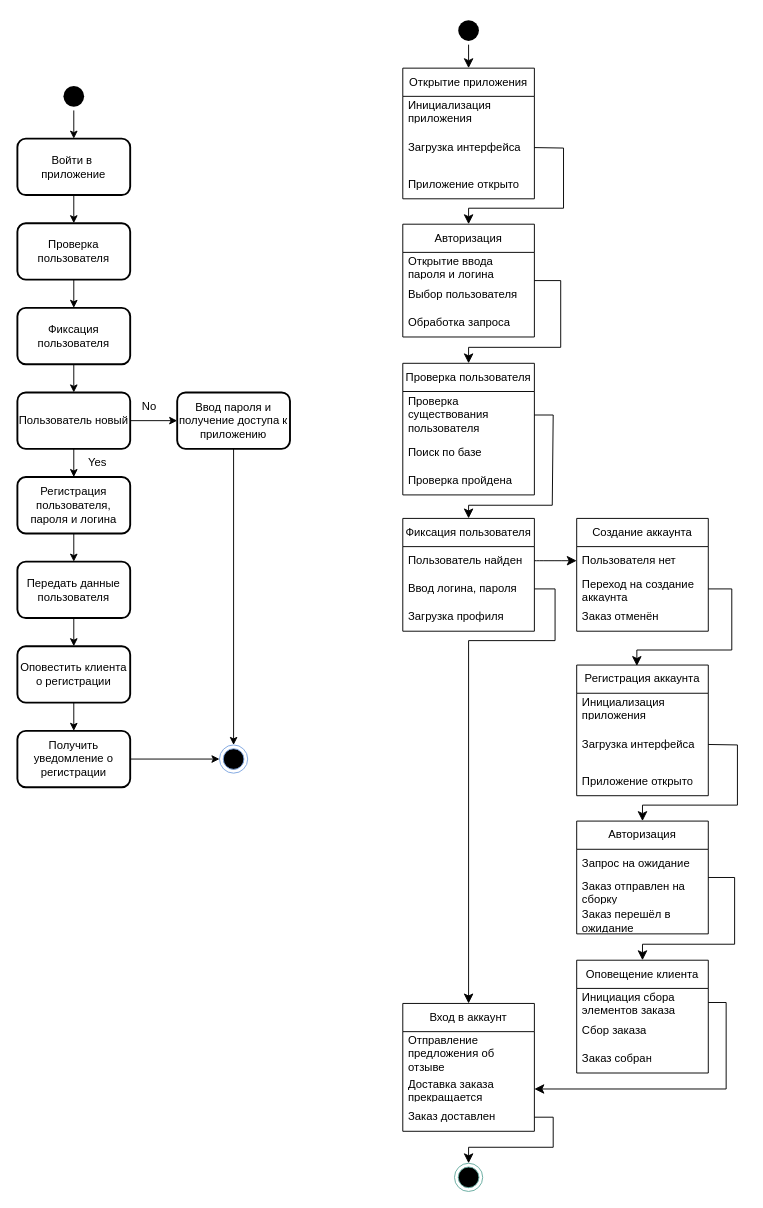
The draw.io diagram page "Page-3" (3 of 6) of 2.drawio in Helpmepleaseitishard/Aikms, before the edit. Source tidied: cells renumbered, new cells numbered last; positions are measured from the earlier drawing's top-left corner, leaving out a move shared by most shapes. Both pictures are drawn from the tidied source at 94%, with x=0, y=0 at pixel (17, 16).
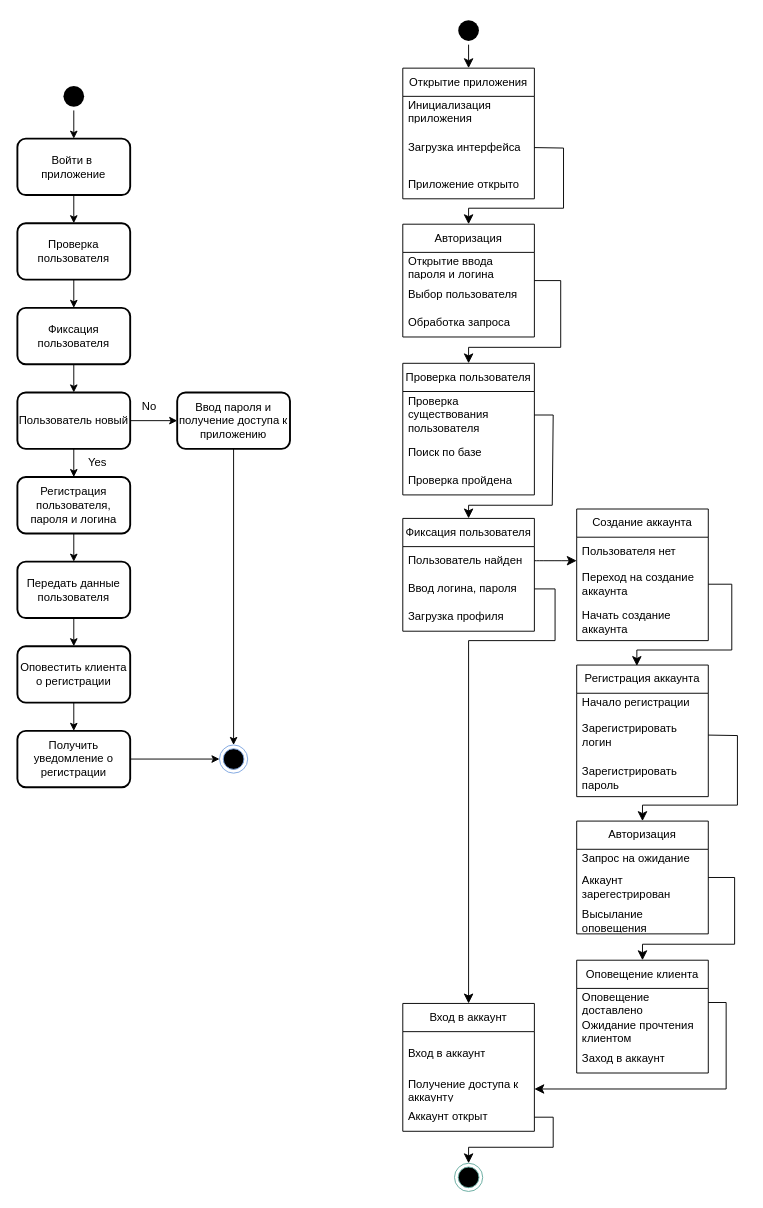
After the change.

Unchanged cells that the change refers to:
```xml
<mxCell id="40" value="Пользователь найден" style="text;strokeColor=none;fillColor=none;align=left;verticalAlign=middle;spacingLeft=4;spacingRight=4;overflow=hidden;points=[[0,0.5],[1,0.5]];portConstraint=eastwest;whiteSpace=wrap;html=1;" parent="39" vertex="1">
  <mxGeometry y="30" width="140" height="30" as="geometry" />
</mxCell>
<mxCell id="43" value="Вход в аккаунт" style="swimlane;fontStyle=0;horizontal=1;startSize=30;whiteSpace=wrap;html=1;" parent="1" vertex="1">
  <mxGeometry x="410" y="1050" width="140" height="136" as="geometry" />
</mxCell>
<mxCell id="50" value="Пользователя нет" style="text;strokeColor=none;fillColor=none;align=left;verticalAlign=middle;spacingLeft=4;spacingRight=4;overflow=hidden;points=[[0,0.5],[1,0.5]];portConstraint=eastwest;whiteSpace=wrap;html=1;" parent="49" vertex="1">
  <mxGeometry y="30" width="140" height="30" as="geometry" />
</mxCell>
<mxCell id="63" value="Авторизация" style="swimlane;fontStyle=0;horizontal=1;startSize=30;whiteSpace=wrap;html=1;" parent="1" vertex="1">
  <mxGeometry x="595" y="856" width="140" height="120" as="geometry" />
</mxCell>
<mxCell id="67" value="Оповещение клиента" style="swimlane;fontStyle=0;horizontal=1;startSize=30;whiteSpace=wrap;html=1;" parent="1" vertex="1">
  <mxGeometry x="595" y="1004" width="140" height="120" as="geometry" />
</mxCell>
```

Change to the diagram source:
```diff
@@
-    <mxCell id="44" value="Отправление предложения об отзыве" style="text;strokeColor=none;fillColor=none;align=left;verticalAlign=middle;spacingLeft=4;spacingRight=4;overflow=hidden;whiteSpace=wrap;html=1;" parent="43" vertex="1">
+    <mxCell id="44" value="Вход в аккаунт" style="text;strokeColor=none;fillColor=none;align=left;verticalAlign=middle;spacingLeft=4;spacingRight=4;overflow=hidden;whiteSpace=wrap;html=1;" parent="43" vertex="1">
       <mxGeometry y="30" width="140" height="46" as="geometry" />
     </mxCell>
-    <mxCell id="45" value="Доставка заказа прекращается" style="text;strokeColor=none;fillColor=none;align=left;verticalAlign=middle;spacingLeft=4;spacingRight=4;overflow=hidden;points=[[0,0.5],[1,0.5]];portConstraint=eastwest;whiteSpace=wrap;html=1;" parent="43" vertex="1">
+    <mxCell id="45" value="Получение доступа к аккаунту" style="text;strokeColor=none;fillColor=none;align=left;verticalAlign=middle;spacingLeft=4;spacingRight=4;overflow=hidden;points=[[0,0.5],[1,0.5]];portConstraint=eastwest;whiteSpace=wrap;html=1;" parent="43" vertex="1">
       <mxGeometry y="76" width="140" height="30" as="geometry" />
     </mxCell>
-    <mxCell id="46" value="Заказ доставлен" style="text;strokeColor=none;fillColor=none;align=left;verticalAlign=middle;spacingLeft=4;spacingRight=4;overflow=hidden;points=[[0,0.5],[1,0.5]];portConstraint=eastwest;whiteSpace=wrap;html=1;" parent="43" vertex="1">
+    <mxCell id="46" value="Аккаунт открыт" style="text;strokeColor=none;fillColor=none;align=left;verticalAlign=middle;spacingLeft=4;spacingRight=4;overflow=hidden;points=[[0,0.5],[1,0.5]];portConstraint=eastwest;whiteSpace=wrap;html=1;" parent="43" vertex="1">
       <mxGeometry y="106" width="140" height="30" as="geometry" />
     </mxCell>
@@
     <mxCell id="49" value="Создание аккаунта" style="swimlane;fontStyle=0;horizontal=1;startSize=30;whiteSpace=wrap;html=1;" parent="1" vertex="1">
-      <mxGeometry x="595" y="534" width="140" height="120" as="geometry" />
+      <mxGeometry x="595" y="524" width="140" height="140" as="geometry" />
     </mxCell>
@@
     <mxCell id="51" value="Переход на создание аккаунта" style="text;strokeColor=none;fillColor=none;align=left;verticalAlign=middle;spacingLeft=4;spacingRight=4;overflow=hidden;points=[[0,0.5],[1,0.5]];portConstraint=eastwest;whiteSpace=wrap;html=1;" parent="49" vertex="1">
-      <mxGeometry y="60" width="140" height="30" as="geometry" />
+      <mxGeometry y="60" width="140" height="40" as="geometry" />
     </mxCell>
-    <mxCell id="52" value="Заказ отменён" style="text;strokeColor=none;fillColor=none;align=left;verticalAlign=middle;spacingLeft=4;spacingRight=4;overflow=hidden;whiteSpace=wrap;html=1;" parent="49" vertex="1">
-      <mxGeometry y="90" width="140" height="30" as="geometry" />
+    <mxCell id="52" value="Начать создание аккаунта" style="text;strokeColor=none;fillColor=none;align=left;verticalAlign=middle;spacingLeft=4;spacingRight=4;overflow=hidden;whiteSpace=wrap;html=1;" parent="49" vertex="1">
+      <mxGeometry y="100" width="140" height="40" as="geometry" />
     </mxCell>
@@
-    <mxCell id="56" style="edgeStyle=none;curved=1;rounded=0;jettySize=auto;html=1;exitX=1;exitY=0.5;exitDx=0;exitDy=0;entryX=0;entryY=0.5;entryDx=0;entryDy=0;fontSize=12;startSize=8;endSize=8;" parent="1" edge="1" source="40" target="50">
-      <mxGeometry relative="1" as="geometry" />
+    <mxCell id="56" style="edgeStyle=none;curved=1;rounded=0;jettySize=auto;html=1;exitX=1;exitY=0.5;exitDx=0;exitDy=0;fontSize=12;startSize=8;endSize=8;" parent="1" edge="1" source="40">
+      <mxGeometry relative="1" as="geometry">
+        <mxPoint x="595" y="579" as="targetPoint" />
+      </mxGeometry>
     </mxCell>
@@
     <mxCell id="58" value="Регистрация аккаунта" style="swimlane;fontStyle=0;horizontal=1;startSize=30;whiteSpace=wrap;html=1;" parent="1" vertex="1">
-      <mxGeometry x="595" y="690" width="140" height="139" as="geometry" />
+      <mxGeometry x="595" y="690" width="140" height="140" as="geometry" />
     </mxCell>
-    <mxCell id="59" value="Инициализация приложения" style="text;strokeColor=none;fillColor=none;align=left;verticalAlign=middle;spacingLeft=4;spacingRight=4;overflow=hidden;whiteSpace=wrap;html=1;" parent="58" vertex="1">
-      <mxGeometry y="30" width="140" height="30" as="geometry" />
+    <mxCell id="59" value="Начало регистрации" style="text;strokeColor=none;fillColor=none;align=left;verticalAlign=middle;spacingLeft=4;spacingRight=4;overflow=hidden;whiteSpace=wrap;html=1;" parent="58" vertex="1">
+      <mxGeometry y="30" width="140" height="20" as="geometry" />
     </mxCell>
-    <mxCell id="60" value="Загрузка интерфейса" style="text;strokeColor=none;fillColor=none;align=left;verticalAlign=middle;spacingLeft=4;spacingRight=4;overflow=hidden;points=[[0,0.5],[1,0.5]];portConstraint=eastwest;whiteSpace=wrap;html=1;" parent="58" vertex="1">
-      <mxGeometry y="60" width="140" height="49" as="geometry" />
+    <mxCell id="60" value="Зарегистрировать логин" style="text;strokeColor=none;fillColor=none;align=left;verticalAlign=middle;spacingLeft=4;spacingRight=4;overflow=hidden;points=[[0,0.5],[1,0.5]];portConstraint=eastwest;whiteSpace=wrap;html=1;" parent="58" vertex="1">
+      <mxGeometry y="50" width="140" height="49" as="geometry" />
     </mxCell>
-    <mxCell id="61" value="Приложение открыто" style="text;strokeColor=none;fillColor=none;align=left;verticalAlign=middle;spacingLeft=4;spacingRight=4;overflow=hidden;whiteSpace=wrap;html=1;" parent="58" vertex="1">
-      <mxGeometry y="109" width="140" height="30" as="geometry" />
+    <mxCell id="61" value="Зарегистрировать пароль" style="text;strokeColor=none;fillColor=none;align=left;verticalAlign=middle;spacingLeft=4;spacingRight=4;overflow=hidden;whiteSpace=wrap;html=1;" parent="58" vertex="1">
+      <mxGeometry y="99" width="140" height="41" as="geometry" />
     </mxCell>
@@
     <mxCell id="64" value="Запрос на ожидание" style="text;strokeColor=none;fillColor=none;align=left;verticalAlign=middle;spacingLeft=4;spacingRight=4;overflow=hidden;whiteSpace=wrap;html=1;" parent="63" vertex="1">
-      <mxGeometry y="30" width="140" height="30" as="geometry" />
+      <mxGeometry y="30" width="140" height="20" as="geometry" />
     </mxCell>
-    <mxCell id="65" value="Заказ отправлен на сборку" style="text;strokeColor=none;fillColor=none;align=left;verticalAlign=middle;spacingLeft=4;spacingRight=4;overflow=hidden;whiteSpace=wrap;html=1;" parent="63" vertex="1">
-      <mxGeometry y="60" width="140" height="30" as="geometry" />
+    <mxCell id="65" value="Аккаунт зарегестрирован" style="text;strokeColor=none;fillColor=none;align=left;verticalAlign=middle;spacingLeft=4;spacingRight=4;overflow=hidden;whiteSpace=wrap;html=1;" parent="63" vertex="1">
+      <mxGeometry y="50" width="140" height="40" as="geometry" />
     </mxCell>
-    <mxCell id="66" value="Заказ перешёл в ожидание" style="text;strokeColor=none;fillColor=none;align=left;verticalAlign=middle;spacingLeft=4;spacingRight=4;overflow=hidden;whiteSpace=wrap;html=1;" parent="63" vertex="1">
+    <mxCell id="66" value="Высылание оповещения" style="text;strokeColor=none;fillColor=none;align=left;verticalAlign=middle;spacingLeft=4;spacingRight=4;overflow=hidden;whiteSpace=wrap;html=1;" parent="63" vertex="1">
       <mxGeometry y="90" width="140" height="30" as="geometry" />
     </mxCell>
@@
-    <mxCell id="68" value="Инициация сбора элементов заказа" style="text;strokeColor=none;fillColor=none;align=left;verticalAlign=middle;spacingLeft=4;spacingRight=4;overflow=hidden;points=[[0,0.5],[1,0.5]];portConstraint=eastwest;whiteSpace=wrap;html=1;" parent="67" vertex="1">
+    <mxCell id="68" value="Оповещение доставлено" style="text;strokeColor=none;fillColor=none;align=left;verticalAlign=middle;spacingLeft=4;spacingRight=4;overflow=hidden;points=[[0,0.5],[1,0.5]];portConstraint=eastwest;whiteSpace=wrap;html=1;" parent="67" vertex="1">
       <mxGeometry y="30" width="140" height="30" as="geometry" />
     </mxCell>
-    <mxCell id="69" value="Сбор заказа" style="text;strokeColor=none;fillColor=none;align=left;verticalAlign=middle;spacingLeft=4;spacingRight=4;overflow=hidden;whiteSpace=wrap;html=1;" parent="67" vertex="1">
+    <mxCell id="69" value="Ожидание прочтения клиентом" style="text;strokeColor=none;fillColor=none;align=left;verticalAlign=middle;spacingLeft=4;spacingRight=4;overflow=hidden;whiteSpace=wrap;html=1;" parent="67" vertex="1">
       <mxGeometry y="60" width="140" height="30" as="geometry" />
     </mxCell>
-    <mxCell id="70" value="Заказ собран" style="text;strokeColor=none;fillColor=none;align=left;verticalAlign=middle;spacingLeft=4;spacingRight=4;overflow=hidden;whiteSpace=wrap;html=1;" parent="67" vertex="1">
+    <mxCell id="70" value="Заход в аккаунт" style="text;strokeColor=none;fillColor=none;align=left;verticalAlign=middle;spacingLeft=4;spacingRight=4;overflow=hidden;whiteSpace=wrap;html=1;" parent="67" vertex="1">
       <mxGeometry y="90" width="140" height="30" as="geometry" />
     </mxCell>
     <mxCell id="71" style="edgeStyle=none;curved=0;rounded=0;jettySize=auto;html=1;exitX=1;exitY=0.5;exitDx=0;exitDy=0;entryX=0.5;entryY=0;entryDx=0;entryDy=0;fontSize=12;startSize=8;endSize=8;" parent="1" edge="1" source="60" target="63">
       <mxGeometry relative="1" as="geometry">
         <Array as="points">
-          <mxPoint x="766" y="775" />
+          <mxPoint x="766" y="765" />
           <mxPoint x="766" y="839" />
           <mxPoint x="665" y="839" />
         </Array>
       </mxGeometry>
     </mxCell>
@@
     <mxCell id="74" style="edgeStyle=none;curved=0;rounded=0;jettySize=auto;html=1;entryX=0.5;entryY=0;entryDx=0;entryDy=0;fontSize=12;startSize=8;endSize=8;exitX=1;exitY=0.5;exitDx=0;exitDy=0;" parent="1" edge="1" source="51">
       <mxGeometry relative="1" as="geometry">
         <mxPoint x="659" y="691" as="targetPoint" />
         <Array as="points">
-          <mxPoint x="760" y="609" />
+          <mxPoint x="760" y="604" />
           <mxPoint x="760" y="674" />
           <mxPoint x="659" y="674" />
         </Array>
       </mxGeometry>
     </mxCell>
```
